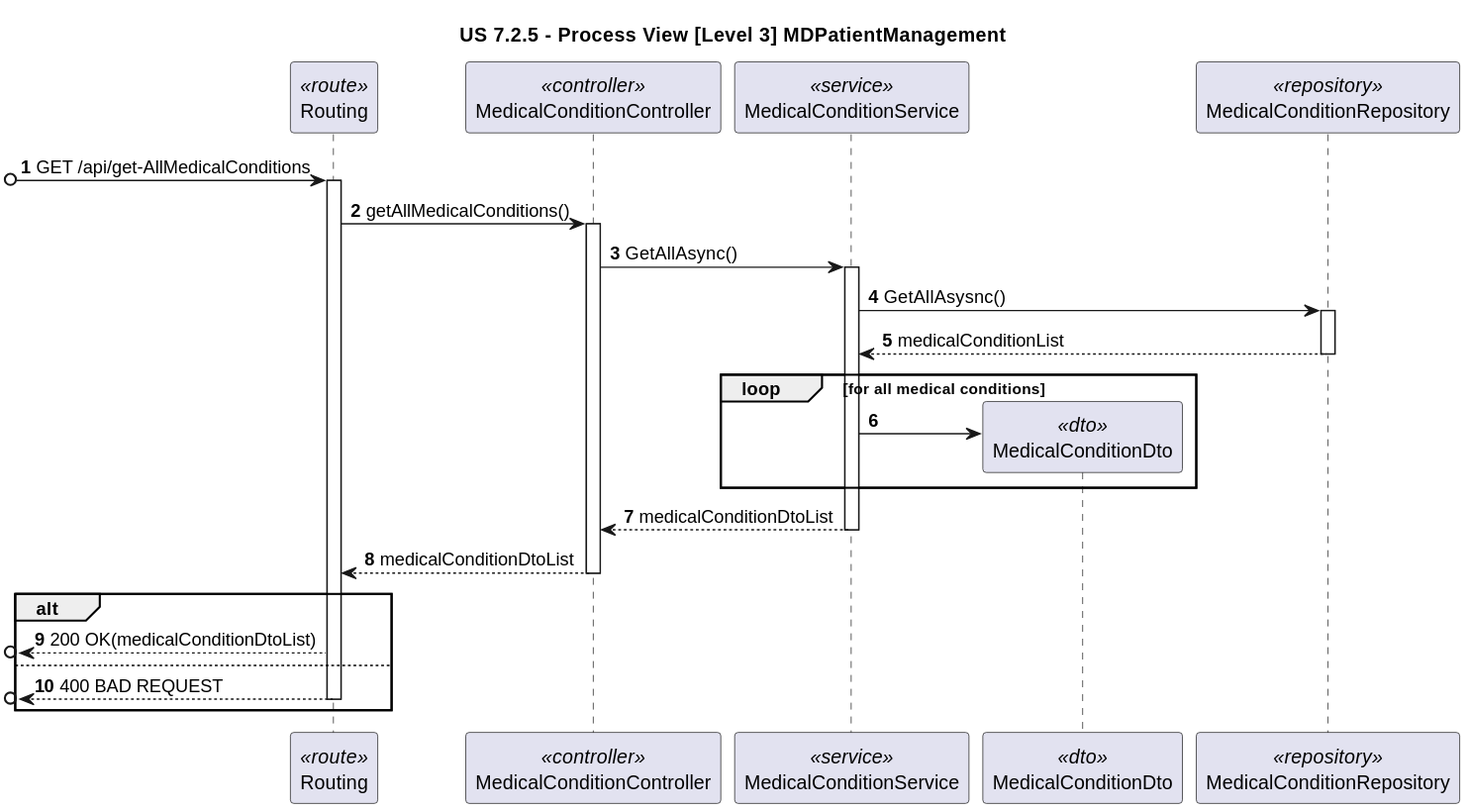
rita-barbosa/LAPR5-2425 keeps this PlantUML diagram as docs/sprint-3/1220683/us-7.2.5/Process_View/Level-3/us7.2.5-process-view-lvl3.svg. Above is the earlier version.
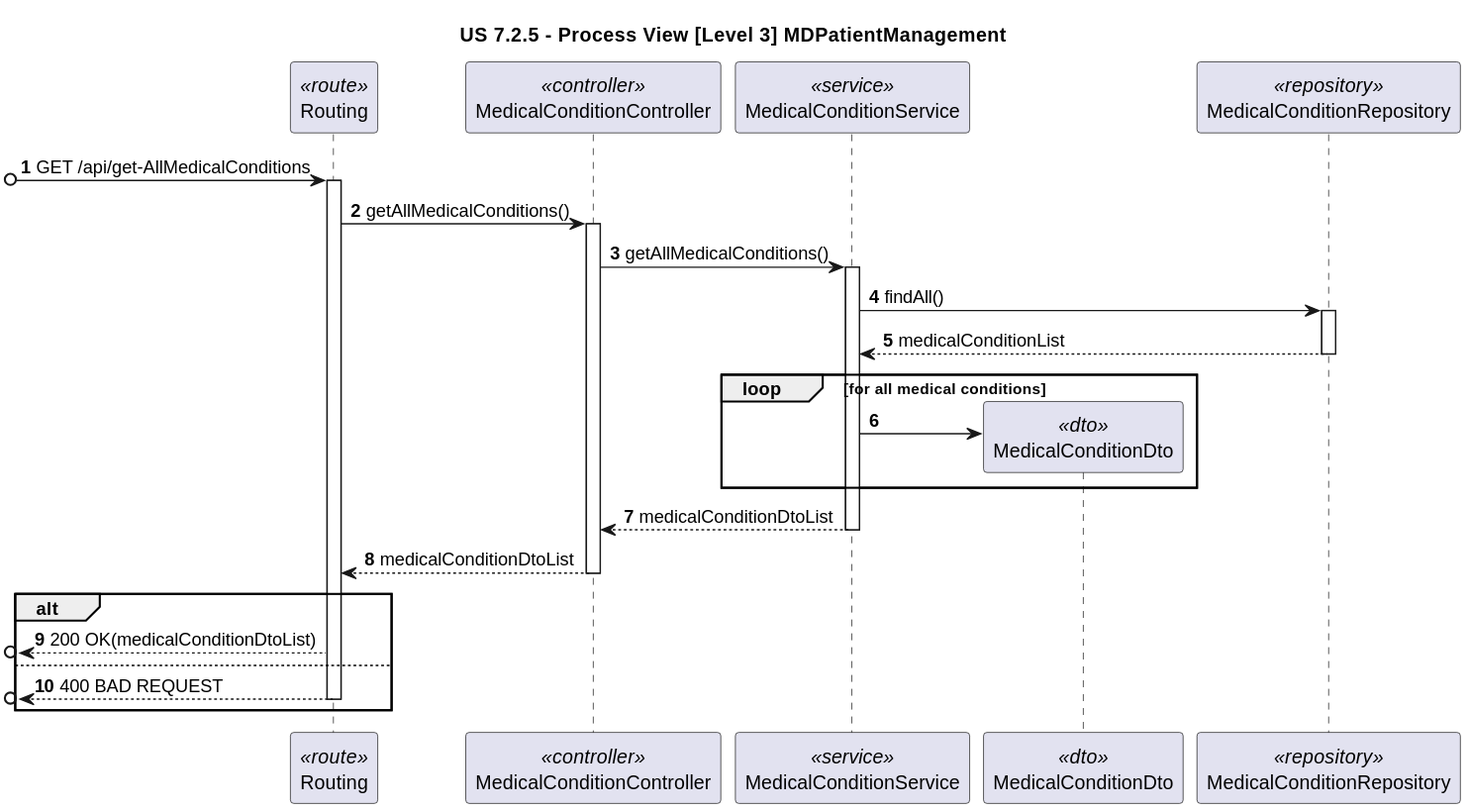
The same diagram one commit later.

The edit, as a diff of the source:
```diff
@@ -14,10 +14,10 @@
 ROUTE -> CTRL: getAllMedicalConditions()
 activate CTRL
 
-CTRL ->  SVC: GetAllAsync()
+CTRL ->  SVC: getAllMedicalConditions()
 activate SVC
 
-SVC -> REPO : GetAllAsysnc()
+SVC -> REPO : findAll()
 activate REPO
 
 REPO --> SVC : medicalConditionList
```
